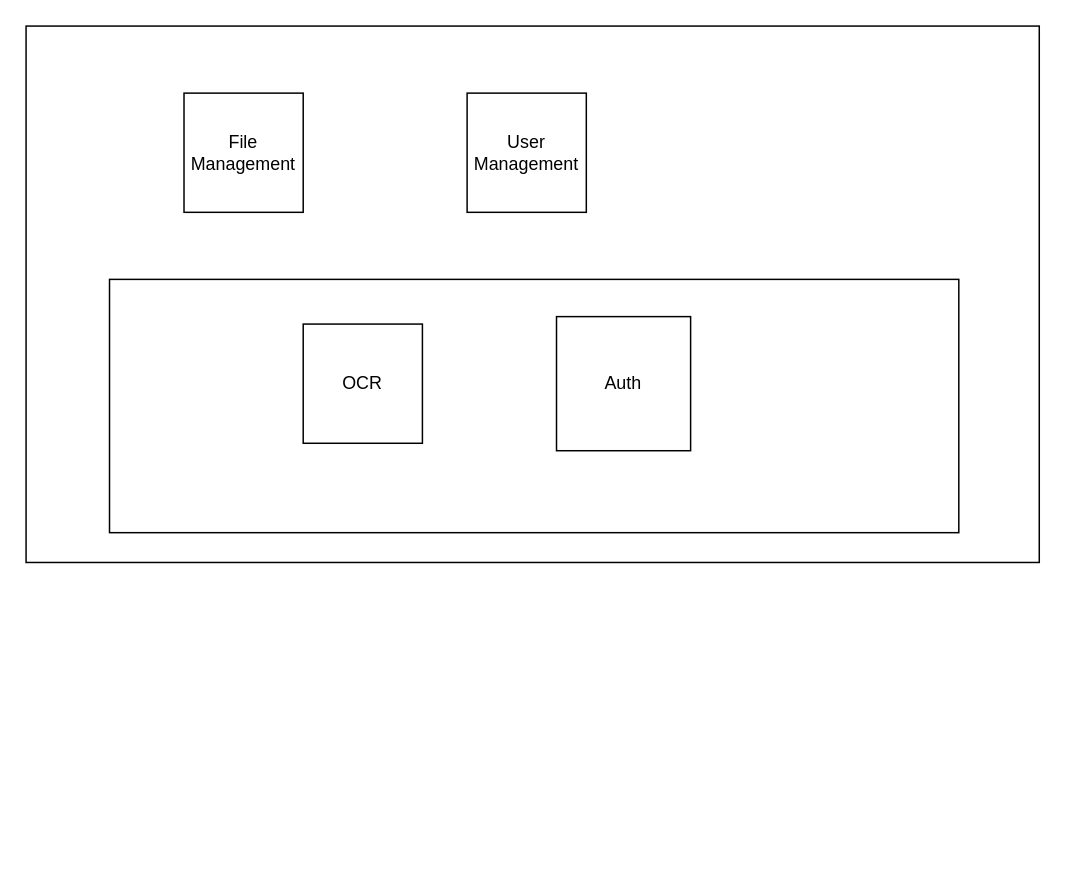
Earlier version of the draw.io diagram Untitled Diagram.drawio (pankaj-swami-ttc/php-course). Source tidied: cells renumbered, new cells numbered last; positions are measured from the earlier drawing's top-left corner, leaving out a move shared by most shapes. Both pictures are drawn from the tidied source at 149%, with x=0, y=0 at pixel (25, 25).
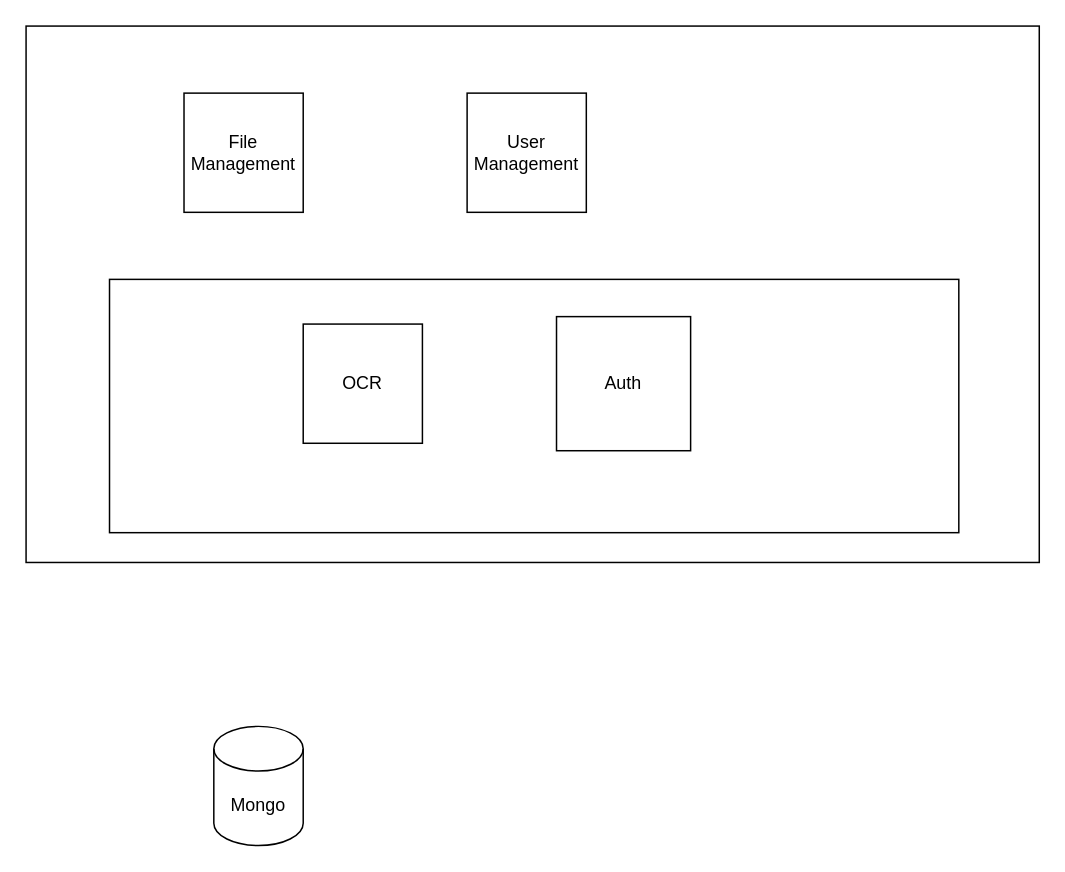
The same diagram, later.

Commit message:
Added Mongo layer

What changed in the source:
```diff
@@
 <mxGraphModel>
   <root>
     <mxCell id="0" />
     <mxCell id="1" parent="0" />
     <mxCell id="2" style="rounded=0;whiteSpace=wrap;html=1;" parent="1" vertex="1">
       <mxGeometry width="680" height="360" as="geometry" />
     </mxCell>
     <mxCell id="3" style="rounded=0;whiteSpace=wrap;html=1;" parent="1" vertex="1">
       <mxGeometry x="56" y="170" width="570" height="170" as="geometry" />
     </mxCell>
     <mxCell id="4" value="Auth" style="whiteSpace=wrap;html=1;" parent="1" vertex="1">
       <mxGeometry x="356" y="195" width="90" height="90" as="geometry" />
     </mxCell>
     <mxCell id="5" value="File Management" style="whiteSpace=wrap;html=1;" parent="1" vertex="1">
       <mxGeometry x="106" y="45" width="80" height="80" as="geometry" />
     </mxCell>
     <mxCell id="6" value="OCR" style="whiteSpace=wrap;html=1;" parent="1" vertex="1">
       <mxGeometry x="186" y="200" width="80" height="80" as="geometry" />
     </mxCell>
     <mxCell id="7" value="User Management" style="whiteSpace=wrap;html=1;" parent="1" vertex="1">
       <mxGeometry x="296" y="45" width="80" height="80" as="geometry" />
     </mxCell>
+    <mxCell id="8" value="Mongo" style="shape=cylinder3;whiteSpace=wrap;html=1;boundedLbl=1;backgroundOutline=1;size=15;" parent="1" vertex="1">
+      <mxGeometry x="126" y="470" width="60" height="80" as="geometry" />
+    </mxCell>
   </root>
 </mxGraphModel>
```
